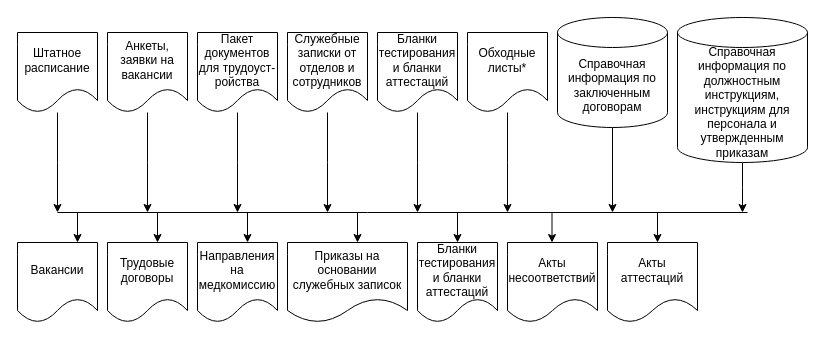
Earlier version of the draw.io diagram Информационная модель связи входных и результирующих документов Отдел кадров.drawio (lyudmilareshetyuk/draw.io). Source tidied: cells renumbered, new cells numbered last; positions are measured from the earlier drawing's top-left corner, leaving out a move shared by most shapes. Both pictures are drawn from the tidied source at 100%, with x=0, y=0 at pixel (17, 17).
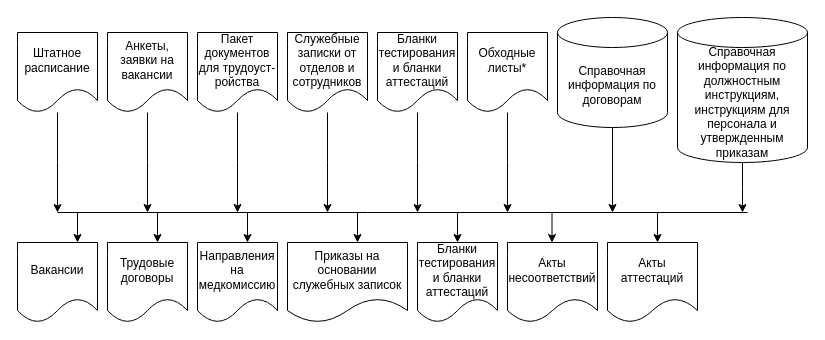
Above is the later version.

The edit, as a diff of the source:
```diff
@@
-    <mxCell id="15" value="Справочная информация по заключенным договорам" style="shape=cylinder3;whiteSpace=wrap;html=1;boundedLbl=1;backgroundOutline=1;size=15;" parent="1" vertex="1">
+    <mxCell id="15" value="Справочная информация по договорам" style="shape=cylinder3;whiteSpace=wrap;html=1;boundedLbl=1;backgroundOutline=1;size=15;" parent="1" vertex="1">
       <mxGeometry x="540" width="110" height="110" as="geometry" />
     </mxCell>
```
